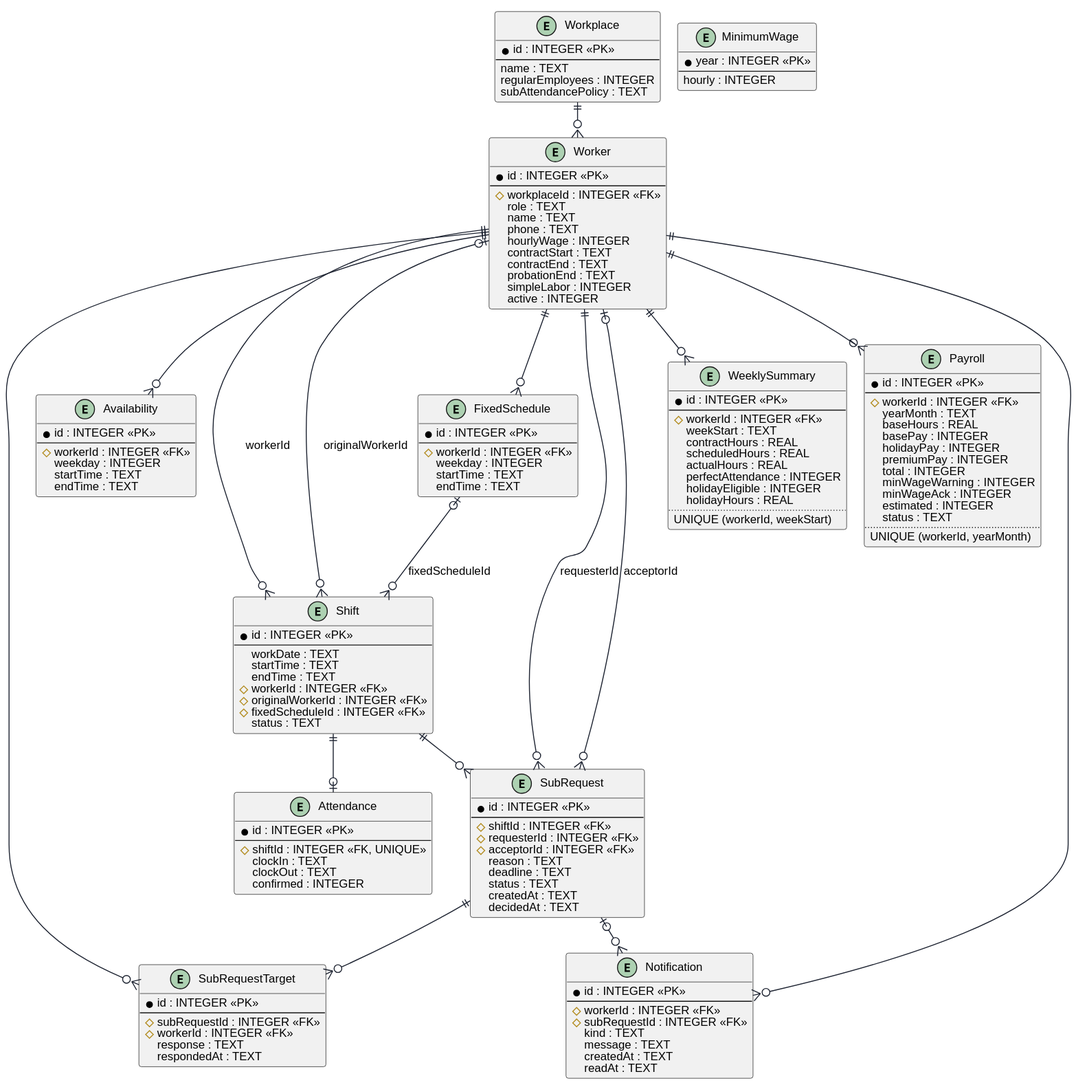
Above: uml/erd.svg in keemlogan/shiftswap (PlantUML), before the change.
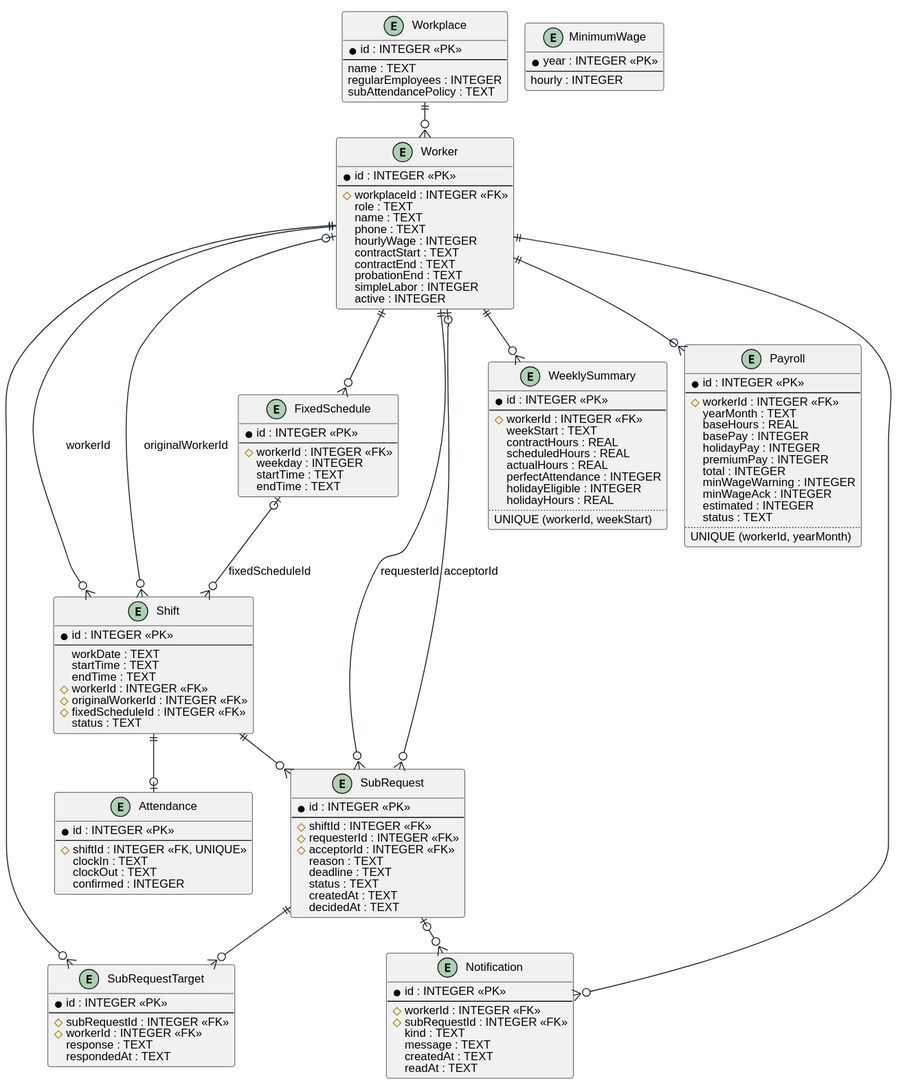
After the change.

Diff of the diagram source:
```diff
@@ -36,15 +36,6 @@
 }
 
 entity "FixedSchedule" as FixedSchedule {
-  * id : INTEGER <<PK>>
-  --
-  # workerId : INTEGER <<FK>>
-  weekday : INTEGER
-  startTime : TEXT
-  endTime : TEXT
-}
-
-entity "Availability" as Availability {
   * id : INTEGER <<PK>>
   --
   # workerId : INTEGER <<FK>>
@@ -148,7 +139,6 @@
 
 Workplace ||--o{ Worker
 Worker ||--o{ FixedSchedule
-Worker ||--o{ Availability
 Worker ||--o{ Shift : workerId
 Worker |o--o{ Shift : originalWorkerId
 FixedSchedule |o--o{ Shift : fixedScheduleId
```
